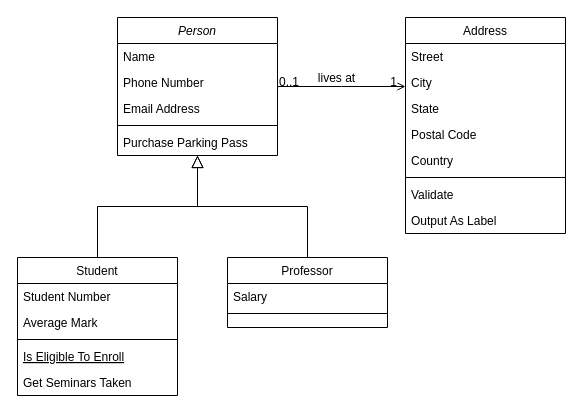
This is Untitled Diagram.drawio from bgabrielma/RigForge, a draw.io file, before an edit. Source tidied: cells renumbered, new cells numbered last; positions are measured from the earlier drawing's top-left corner, leaving out a move shared by most shapes. Both pictures are drawn from the tidied source at 100%, with x=0, y=0 at pixel (17, 17).
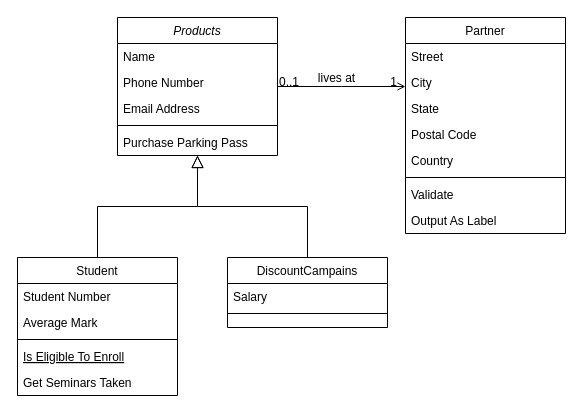
Above is the later version.

Change to the diagram source:
```diff
@@
-    <mxCell id="2" value="Person" style="swimlane;fontStyle=2;align=center;verticalAlign=top;horizontal=1;startSize=26;rounded=0;shadow=0;strokeWidth=1;" parent="1" vertex="1">
+    <mxCell id="2" value="Products" style="swimlane;fontStyle=2;align=center;verticalAlign=top;horizontal=1;startSize=26;rounded=0;shadow=0;strokeWidth=1;" parent="1" vertex="1">
       <mxGeometry x="100" width="160" height="138" as="geometry" />
     </mxCell>
@@
-    <mxCell id="15" value="Professor" style="swimlane;fontStyle=0;align=center;verticalAlign=top;horizontal=1;startSize=26;rounded=0;shadow=0;strokeWidth=1;" parent="1" vertex="1">
+    <mxCell id="15" value="DiscountCampains" style="swimlane;fontStyle=0;align=center;verticalAlign=top;horizontal=1;startSize=26;rounded=0;shadow=0;strokeWidth=1;" parent="1" vertex="1">
       <mxGeometry x="210" y="240" width="160" height="70" as="geometry" />
     </mxCell>
@@
-    <mxCell id="19" value="Address" style="swimlane;fontStyle=0;align=center;verticalAlign=top;horizontal=1;startSize=26;rounded=0;shadow=0;strokeWidth=1;" parent="1" vertex="1">
+    <mxCell id="19" value="Partner" style="swimlane;fontStyle=0;align=center;verticalAlign=top;horizontal=1;startSize=26;rounded=0;shadow=0;strokeWidth=1;" parent="1" vertex="1">
       <mxGeometry x="388" width="160" height="216" as="geometry" />
     </mxCell>
```
